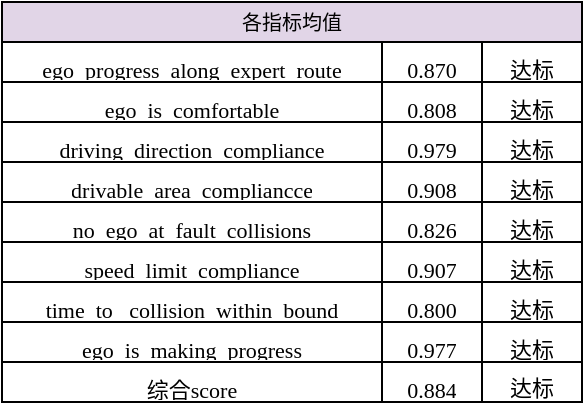
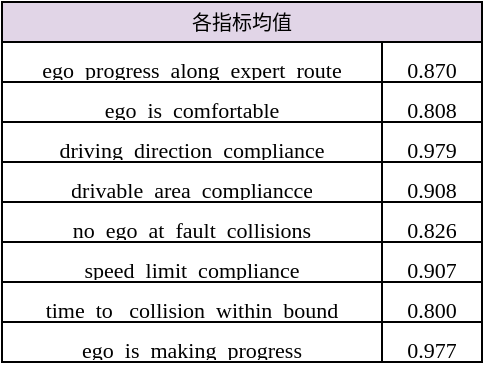
<mxfile host="app.diagrams.net">
  <diagram name="第 1 页" id="9fjqHz3W5J1p6H9Wbyf_">
    <mxGraphModel dx="638" dy="417" grid="1" gridSize="10" guides="1" tooltips="1" connect="1" arrows="1" fold="1" page="1" pageScale="1" pageWidth="827" pageHeight="1169" math="0" shadow="0">
      <root>
        <mxCell id="0" />
        <mxCell id="1" parent="0" />
        <mxCell id="QnQcN27EYtLMnA_Qjvxm-1" parent="1" style="shape=table;startSize=20;container=1;collapsible=0;childLayout=tableLayout;strokeColor=default;fontSize=10;fillColor=#E1D5E7;" value="各指标均值" vertex="1">
-           <mxGeometry height="200" width="290" x="340" y="160" as="geometry" />
+           <mxGeometry height="180" width="240" x="340" y="160" as="geometry" />
        </mxCell>
        <mxCell id="QnQcN27EYtLMnA_Qjvxm-2" parent="QnQcN27EYtLMnA_Qjvxm-1" style="shape=tableRow;horizontal=0;startSize=0;swimlaneHead=0;swimlaneBody=0;strokeColor=inherit;top=0;left=0;bottom=0;right=0;collapsible=0;dropTarget=0;fillColor=none;points=[[0,0.5],[1,0.5]];portConstraint=eastwest;fontSize=16;" value="" vertex="1">
-           <mxGeometry height="20" width="290" y="20" as="geometry" />
+           <mxGeometry height="20" width="240" y="20" as="geometry" />
        </mxCell>
        <mxCell id="QnQcN27EYtLMnA_Qjvxm-3" parent="QnQcN27EYtLMnA_Qjvxm-2" style="shape=partialRectangle;html=1;whiteSpace=wrap;connectable=0;strokeColor=inherit;overflow=hidden;fillColor=none;top=0;left=0;bottom=0;right=0;pointerEvents=1;fontSize=16;align=center;" value="&lt;span style=&quot;font-family: &amp;quot;Times New Roman&amp;quot;;&quot;&gt;&lt;font style=&quot;font-size: 11px;&quot;&gt;ego_progress_along_expert_route&lt;/font&gt;&lt;/span&gt;" vertex="1">
          <mxGeometry height="20" width="190" as="geometry">
            <mxRectangle height="20" width="190" as="alternateBounds" />
          </mxGeometry>
        </mxCell>
        <mxCell id="QnQcN27EYtLMnA_Qjvxm-4" parent="QnQcN27EYtLMnA_Qjvxm-2" style="shape=partialRectangle;html=1;whiteSpace=wrap;connectable=0;strokeColor=inherit;overflow=hidden;fillColor=none;top=0;left=0;bottom=0;right=0;pointerEvents=1;fontSize=16;" value="&lt;font face=&quot;Times New Roman&quot; style=&quot;font-size: 11px;&quot;&gt;0.870&lt;/font&gt;" vertex="1">
          <mxGeometry height="20" width="50" x="190" as="geometry">
            <mxRectangle height="20" width="50" as="alternateBounds" />
          </mxGeometry>
        </mxCell>
-         <mxCell id="QnQcN27EYtLMnA_Qjvxm-33" parent="QnQcN27EYtLMnA_Qjvxm-2" style="shape=partialRectangle;html=1;whiteSpace=wrap;connectable=0;strokeColor=inherit;overflow=hidden;fillColor=none;top=0;left=0;bottom=0;right=0;pointerEvents=1;fontSize=16;" value="&lt;font face=&quot;Times New Roman&quot; style=&quot;font-size: 11px;&quot;&gt;达标&lt;/font&gt;" vertex="1">
-           <mxGeometry height="20" width="50" x="240" as="geometry">
-             <mxRectangle height="20" width="50" as="alternateBounds" />
-           </mxGeometry>
-         </mxCell>
        <mxCell id="QnQcN27EYtLMnA_Qjvxm-5" parent="QnQcN27EYtLMnA_Qjvxm-1" style="shape=tableRow;horizontal=0;startSize=0;swimlaneHead=0;swimlaneBody=0;strokeColor=inherit;top=0;left=0;bottom=0;right=0;collapsible=0;dropTarget=0;fillColor=none;points=[[0,0.5],[1,0.5]];portConstraint=eastwest;fontSize=16;" value="" vertex="1">
-           <mxGeometry height="20" width="290" y="40" as="geometry" />
+           <mxGeometry height="20" width="240" y="40" as="geometry" />
        </mxCell>
        <mxCell id="QnQcN27EYtLMnA_Qjvxm-6" parent="QnQcN27EYtLMnA_Qjvxm-5" style="shape=partialRectangle;html=1;whiteSpace=wrap;connectable=0;strokeColor=inherit;overflow=hidden;fillColor=none;top=0;left=0;bottom=0;right=0;pointerEvents=1;fontSize=16;" value="&lt;span style=&quot;font-family: &amp;quot;Times New Roman&amp;quot;;&quot;&gt;&lt;font style=&quot;font-size: 11px;&quot;&gt;ego_is_comfortable&lt;/font&gt;&lt;/span&gt;" vertex="1">
          <mxGeometry height="20" width="190" as="geometry">
            <mxRectangle height="20" width="190" as="alternateBounds" />
          </mxGeometry>
        </mxCell>
        <mxCell id="QnQcN27EYtLMnA_Qjvxm-7" parent="QnQcN27EYtLMnA_Qjvxm-5" style="shape=partialRectangle;html=1;whiteSpace=wrap;connectable=0;strokeColor=inherit;overflow=hidden;fillColor=none;top=0;left=0;bottom=0;right=0;pointerEvents=1;fontSize=16;" value="&lt;font style=&quot;font-size: 11px;&quot; face=&quot;Times New Roman&quot;&gt;0.808&lt;/font&gt;" vertex="1">
          <mxGeometry height="20" width="50" x="190" as="geometry">
            <mxRectangle height="20" width="50" as="alternateBounds" />
          </mxGeometry>
        </mxCell>
-         <mxCell id="QnQcN27EYtLMnA_Qjvxm-34" parent="QnQcN27EYtLMnA_Qjvxm-5" style="shape=partialRectangle;html=1;whiteSpace=wrap;connectable=0;strokeColor=inherit;overflow=hidden;fillColor=none;top=0;left=0;bottom=0;right=0;pointerEvents=1;fontSize=16;" value="&lt;font face=&quot;Times New Roman&quot; style=&quot;font-size: 11px;&quot;&gt;达标&lt;/font&gt;" vertex="1">
-           <mxGeometry height="20" width="50" x="240" as="geometry">
-             <mxRectangle height="20" width="50" as="alternateBounds" />
-           </mxGeometry>
-         </mxCell>
        <mxCell id="QnQcN27EYtLMnA_Qjvxm-8" parent="QnQcN27EYtLMnA_Qjvxm-1" style="shape=tableRow;horizontal=0;startSize=0;swimlaneHead=0;swimlaneBody=0;strokeColor=inherit;top=0;left=0;bottom=0;right=0;collapsible=0;dropTarget=0;fillColor=none;points=[[0,0.5],[1,0.5]];portConstraint=eastwest;fontSize=16;" value="" vertex="1">
-           <mxGeometry height="20" width="290" y="60" as="geometry" />
+           <mxGeometry height="20" width="240" y="60" as="geometry" />
        </mxCell>
        <mxCell id="QnQcN27EYtLMnA_Qjvxm-9" parent="QnQcN27EYtLMnA_Qjvxm-8" style="shape=partialRectangle;html=1;whiteSpace=wrap;connectable=0;strokeColor=inherit;overflow=hidden;fillColor=none;top=0;left=0;bottom=0;right=0;pointerEvents=1;fontSize=16;" value="&lt;font face=&quot;Times New Roman&quot; style=&quot;font-size: 11px;&quot;&gt;driving_direction_compliance&lt;/font&gt;" vertex="1">
          <mxGeometry height="20" width="190" as="geometry">
            <mxRectangle height="20" width="190" as="alternateBounds" />
          </mxGeometry>
        </mxCell>
        <mxCell id="QnQcN27EYtLMnA_Qjvxm-10" parent="QnQcN27EYtLMnA_Qjvxm-8" style="shape=partialRectangle;html=1;whiteSpace=wrap;connectable=0;strokeColor=inherit;overflow=hidden;fillColor=none;top=0;left=0;bottom=0;right=0;pointerEvents=1;fontSize=16;" value="&lt;font style=&quot;font-size: 11px;&quot; face=&quot;Times New Roman&quot;&gt;0.979&lt;/font&gt;" vertex="1">
          <mxGeometry height="20" width="50" x="190" as="geometry">
            <mxRectangle height="20" width="50" as="alternateBounds" />
          </mxGeometry>
        </mxCell>
-         <mxCell id="QnQcN27EYtLMnA_Qjvxm-35" parent="QnQcN27EYtLMnA_Qjvxm-8" style="shape=partialRectangle;html=1;whiteSpace=wrap;connectable=0;strokeColor=inherit;overflow=hidden;fillColor=none;top=0;left=0;bottom=0;right=0;pointerEvents=1;fontSize=16;" value="&lt;font face=&quot;Times New Roman&quot; style=&quot;font-size: 11px;&quot;&gt;达标&lt;/font&gt;" vertex="1">
-           <mxGeometry height="20" width="50" x="240" as="geometry">
-             <mxRectangle height="20" width="50" as="alternateBounds" />
-           </mxGeometry>
-         </mxCell>
        <mxCell id="QnQcN27EYtLMnA_Qjvxm-20" parent="QnQcN27EYtLMnA_Qjvxm-1" style="shape=tableRow;horizontal=0;startSize=0;swimlaneHead=0;swimlaneBody=0;strokeColor=inherit;top=0;left=0;bottom=0;right=0;collapsible=0;dropTarget=0;fillColor=none;points=[[0,0.5],[1,0.5]];portConstraint=eastwest;fontSize=16;" vertex="1">
-           <mxGeometry height="20" width="290" y="80" as="geometry" />
+           <mxGeometry height="20" width="240" y="80" as="geometry" />
        </mxCell>
        <mxCell id="QnQcN27EYtLMnA_Qjvxm-21" parent="QnQcN27EYtLMnA_Qjvxm-20" style="shape=partialRectangle;html=1;whiteSpace=wrap;connectable=0;strokeColor=inherit;overflow=hidden;fillColor=none;top=0;left=0;bottom=0;right=0;pointerEvents=1;fontSize=16;" value="&lt;font style=&quot;font-size: 11px;&quot; face=&quot;Times New Roman&quot;&gt;drivable_area_compliancce&lt;/font&gt;" vertex="1">
          <mxGeometry height="20" width="190" as="geometry">
            <mxRectangle height="20" width="190" as="alternateBounds" />
          </mxGeometry>
        </mxCell>
        <mxCell id="QnQcN27EYtLMnA_Qjvxm-22" parent="QnQcN27EYtLMnA_Qjvxm-20" style="shape=partialRectangle;html=1;whiteSpace=wrap;connectable=0;strokeColor=inherit;overflow=hidden;fillColor=none;top=0;left=0;bottom=0;right=0;pointerEvents=1;fontSize=16;" value="&lt;font face=&quot;Times New Roman&quot; style=&quot;font-size: 11px;&quot;&gt;0.908&lt;/font&gt;" vertex="1">
          <mxGeometry height="20" width="50" x="190" as="geometry">
            <mxRectangle height="20" width="50" as="alternateBounds" />
          </mxGeometry>
        </mxCell>
-         <mxCell id="QnQcN27EYtLMnA_Qjvxm-36" parent="QnQcN27EYtLMnA_Qjvxm-20" style="shape=partialRectangle;html=1;whiteSpace=wrap;connectable=0;strokeColor=inherit;overflow=hidden;fillColor=none;top=0;left=0;bottom=0;right=0;pointerEvents=1;fontSize=16;" value="&lt;font face=&quot;Times New Roman&quot; style=&quot;font-size: 11px;&quot;&gt;达标&lt;/font&gt;" vertex="1">
-           <mxGeometry height="20" width="50" x="240" as="geometry">
-             <mxRectangle height="20" width="50" as="alternateBounds" />
-           </mxGeometry>
-         </mxCell>
        <mxCell id="QnQcN27EYtLMnA_Qjvxm-17" parent="QnQcN27EYtLMnA_Qjvxm-1" style="shape=tableRow;horizontal=0;startSize=0;swimlaneHead=0;swimlaneBody=0;strokeColor=inherit;top=0;left=0;bottom=0;right=0;collapsible=0;dropTarget=0;fillColor=none;points=[[0,0.5],[1,0.5]];portConstraint=eastwest;fontSize=16;" vertex="1">
-           <mxGeometry height="20" width="290" y="100" as="geometry" />
+           <mxGeometry height="20" width="240" y="100" as="geometry" />
        </mxCell>
        <mxCell id="QnQcN27EYtLMnA_Qjvxm-18" parent="QnQcN27EYtLMnA_Qjvxm-17" style="shape=partialRectangle;html=1;whiteSpace=wrap;connectable=0;strokeColor=inherit;overflow=hidden;fillColor=none;top=0;left=0;bottom=0;right=0;pointerEvents=1;fontSize=16;" value="&lt;font face=&quot;Times New Roman&quot; style=&quot;font-size: 11px;&quot;&gt;no_ego_at_fault_collisions&lt;/font&gt;" vertex="1">
          <mxGeometry height="20" width="190" as="geometry">
            <mxRectangle height="20" width="190" as="alternateBounds" />
          </mxGeometry>
        </mxCell>
        <mxCell id="QnQcN27EYtLMnA_Qjvxm-19" parent="QnQcN27EYtLMnA_Qjvxm-17" style="shape=partialRectangle;html=1;whiteSpace=wrap;connectable=0;strokeColor=inherit;overflow=hidden;fillColor=none;top=0;left=0;bottom=0;right=0;pointerEvents=1;fontSize=16;" value="&lt;font face=&quot;Times New Roman&quot; style=&quot;font-size: 11px;&quot;&gt;0.826&lt;/font&gt;" vertex="1">
          <mxGeometry height="20" width="50" x="190" as="geometry">
            <mxRectangle height="20" width="50" as="alternateBounds" />
          </mxGeometry>
        </mxCell>
-         <mxCell id="QnQcN27EYtLMnA_Qjvxm-37" parent="QnQcN27EYtLMnA_Qjvxm-17" style="shape=partialRectangle;html=1;whiteSpace=wrap;connectable=0;strokeColor=inherit;overflow=hidden;fillColor=none;top=0;left=0;bottom=0;right=0;pointerEvents=1;fontSize=16;" value="&lt;font style=&quot;font-size: 11px;&quot; face=&quot;Times New Roman&quot;&gt;达标&lt;/font&gt;" vertex="1">
-           <mxGeometry height="20" width="50" x="240" as="geometry">
-             <mxRectangle height="20" width="50" as="alternateBounds" />
-           </mxGeometry>
-         </mxCell>
        <mxCell id="QnQcN27EYtLMnA_Qjvxm-14" parent="QnQcN27EYtLMnA_Qjvxm-1" style="shape=tableRow;horizontal=0;startSize=0;swimlaneHead=0;swimlaneBody=0;strokeColor=inherit;top=0;left=0;bottom=0;right=0;collapsible=0;dropTarget=0;fillColor=none;points=[[0,0.5],[1,0.5]];portConstraint=eastwest;fontSize=16;" vertex="1">
-           <mxGeometry height="20" width="290" y="120" as="geometry" />
+           <mxGeometry height="20" width="240" y="120" as="geometry" />
        </mxCell>
        <mxCell id="QnQcN27EYtLMnA_Qjvxm-15" parent="QnQcN27EYtLMnA_Qjvxm-14" style="shape=partialRectangle;html=1;whiteSpace=wrap;connectable=0;strokeColor=inherit;overflow=hidden;fillColor=none;top=0;left=0;bottom=0;right=0;pointerEvents=1;fontSize=16;" value="&lt;font style=&quot;font-size: 11px;&quot; face=&quot;Times New Roman&quot;&gt;speed_limit_compliance&lt;/font&gt;" vertex="1">
          <mxGeometry height="20" width="190" as="geometry">
            <mxRectangle height="20" width="190" as="alternateBounds" />
          </mxGeometry>
        </mxCell>
        <mxCell id="QnQcN27EYtLMnA_Qjvxm-16" parent="QnQcN27EYtLMnA_Qjvxm-14" style="shape=partialRectangle;html=1;whiteSpace=wrap;connectable=0;strokeColor=inherit;overflow=hidden;fillColor=none;top=0;left=0;bottom=0;right=0;pointerEvents=1;fontSize=16;" value="&lt;font face=&quot;Times New Roman&quot; style=&quot;font-size: 11px;&quot;&gt;0.907&lt;/font&gt;" vertex="1">
          <mxGeometry height="20" width="50" x="190" as="geometry">
            <mxRectangle height="20" width="50" as="alternateBounds" />
          </mxGeometry>
        </mxCell>
-         <mxCell id="QnQcN27EYtLMnA_Qjvxm-38" parent="QnQcN27EYtLMnA_Qjvxm-14" style="shape=partialRectangle;html=1;whiteSpace=wrap;connectable=0;strokeColor=inherit;overflow=hidden;fillColor=none;top=0;left=0;bottom=0;right=0;pointerEvents=1;fontSize=16;" value="&lt;font face=&quot;Times New Roman&quot; style=&quot;font-size: 11px;&quot;&gt;达标&lt;/font&gt;" vertex="1">
-           <mxGeometry height="20" width="50" x="240" as="geometry">
-             <mxRectangle height="20" width="50" as="alternateBounds" />
-           </mxGeometry>
-         </mxCell>
        <mxCell id="QnQcN27EYtLMnA_Qjvxm-29" parent="QnQcN27EYtLMnA_Qjvxm-1" style="shape=tableRow;horizontal=0;startSize=0;swimlaneHead=0;swimlaneBody=0;strokeColor=inherit;top=0;left=0;bottom=0;right=0;collapsible=0;dropTarget=0;fillColor=none;points=[[0,0.5],[1,0.5]];portConstraint=eastwest;fontSize=16;" vertex="1">
-           <mxGeometry height="20" width="290" y="140" as="geometry" />
+           <mxGeometry height="20" width="240" y="140" as="geometry" />
        </mxCell>
        <mxCell id="QnQcN27EYtLMnA_Qjvxm-30" parent="QnQcN27EYtLMnA_Qjvxm-29" style="shape=partialRectangle;html=1;whiteSpace=wrap;connectable=0;strokeColor=inherit;overflow=hidden;fillColor=none;top=0;left=0;bottom=0;right=0;pointerEvents=1;fontSize=16;" value="&lt;font style=&quot;font-size: 11px;&quot; face=&quot;Times New Roman&quot;&gt;time_to _collision_within_bound&lt;/font&gt;" vertex="1">
          <mxGeometry height="20" width="190" as="geometry">
            <mxRectangle height="20" width="190" as="alternateBounds" />
          </mxGeometry>
        </mxCell>
        <mxCell id="QnQcN27EYtLMnA_Qjvxm-31" parent="QnQcN27EYtLMnA_Qjvxm-29" style="shape=partialRectangle;html=1;whiteSpace=wrap;connectable=0;strokeColor=inherit;overflow=hidden;fillColor=none;top=0;left=0;bottom=0;right=0;pointerEvents=1;fontSize=16;" value="&lt;font face=&quot;Times New Roman&quot; style=&quot;font-size: 11px;&quot;&gt;0.800&lt;/font&gt;" vertex="1">
          <mxGeometry height="20" width="50" x="190" as="geometry">
            <mxRectangle height="20" width="50" as="alternateBounds" />
          </mxGeometry>
        </mxCell>
-         <mxCell id="QnQcN27EYtLMnA_Qjvxm-39" parent="QnQcN27EYtLMnA_Qjvxm-29" style="shape=partialRectangle;html=1;whiteSpace=wrap;connectable=0;strokeColor=inherit;overflow=hidden;fillColor=none;top=0;left=0;bottom=0;right=0;pointerEvents=1;fontSize=16;" value="&lt;font face=&quot;Times New Roman&quot; style=&quot;font-size: 11px;&quot;&gt;达标&lt;/font&gt;" vertex="1">
-           <mxGeometry height="20" width="50" x="240" as="geometry">
-             <mxRectangle height="20" width="50" as="alternateBounds" />
-           </mxGeometry>
-         </mxCell>
        <mxCell id="QnQcN27EYtLMnA_Qjvxm-26" parent="QnQcN27EYtLMnA_Qjvxm-1" style="shape=tableRow;horizontal=0;startSize=0;swimlaneHead=0;swimlaneBody=0;strokeColor=inherit;top=0;left=0;bottom=0;right=0;collapsible=0;dropTarget=0;fillColor=none;points=[[0,0.5],[1,0.5]];portConstraint=eastwest;fontSize=16;" vertex="1">
-           <mxGeometry height="20" width="290" y="160" as="geometry" />
+           <mxGeometry height="20" width="240" y="160" as="geometry" />
        </mxCell>
        <mxCell id="QnQcN27EYtLMnA_Qjvxm-27" parent="QnQcN27EYtLMnA_Qjvxm-26" style="shape=partialRectangle;html=1;whiteSpace=wrap;connectable=0;strokeColor=inherit;overflow=hidden;fillColor=none;top=0;left=0;bottom=0;right=0;pointerEvents=1;fontSize=16;" value="&lt;font style=&quot;font-size: 11px;&quot; face=&quot;Times New Roman&quot;&gt;ego_is_making_progress&lt;/font&gt;" vertex="1">
          <mxGeometry height="20" width="190" as="geometry">
            <mxRectangle height="20" width="190" as="alternateBounds" />
          </mxGeometry>
        </mxCell>
        <mxCell id="QnQcN27EYtLMnA_Qjvxm-28" parent="QnQcN27EYtLMnA_Qjvxm-26" style="shape=partialRectangle;html=1;whiteSpace=wrap;connectable=0;strokeColor=inherit;overflow=hidden;fillColor=none;top=0;left=0;bottom=0;right=0;pointerEvents=1;fontSize=16;" value="&lt;font face=&quot;Times New Roman&quot; style=&quot;font-size: 11px;&quot;&gt;0.977&lt;/font&gt;" vertex="1">
          <mxGeometry height="20" width="50" x="190" as="geometry">
            <mxRectangle height="20" width="50" as="alternateBounds" />
          </mxGeometry>
        </mxCell>
-         <mxCell id="QnQcN27EYtLMnA_Qjvxm-40" parent="QnQcN27EYtLMnA_Qjvxm-26" style="shape=partialRectangle;html=1;whiteSpace=wrap;connectable=0;strokeColor=inherit;overflow=hidden;fillColor=none;top=0;left=0;bottom=0;right=0;pointerEvents=1;fontSize=16;" value="&lt;font face=&quot;Times New Roman&quot; style=&quot;font-size: 11px;&quot;&gt;达标&lt;/font&gt;" vertex="1">
-           <mxGeometry height="20" width="50" x="240" as="geometry">
-             <mxRectangle height="20" width="50" as="alternateBounds" />
-           </mxGeometry>
-         </mxCell>
-         <mxCell id="QnQcN27EYtLMnA_Qjvxm-23" parent="QnQcN27EYtLMnA_Qjvxm-1" style="shape=tableRow;horizontal=0;startSize=0;swimlaneHead=0;swimlaneBody=0;strokeColor=inherit;top=0;left=0;bottom=0;right=0;collapsible=0;dropTarget=0;fillColor=none;points=[[0,0.5],[1,0.5]];portConstraint=eastwest;fontSize=16;" vertex="1">
-           <mxGeometry height="20" width="290" y="180" as="geometry" />
-         </mxCell>
-         <mxCell id="QnQcN27EYtLMnA_Qjvxm-24" parent="QnQcN27EYtLMnA_Qjvxm-23" style="shape=partialRectangle;html=1;whiteSpace=wrap;connectable=0;strokeColor=inherit;overflow=hidden;fillColor=none;top=0;left=0;bottom=0;right=0;pointerEvents=1;fontSize=16;" value="&lt;font style=&quot;font-size: 11px;&quot; face=&quot;Times New Roman&quot;&gt;综合score&lt;/font&gt;" vertex="1">
-           <mxGeometry height="20" width="190" as="geometry">
-             <mxRectangle height="20" width="190" as="alternateBounds" />
-           </mxGeometry>
-         </mxCell>
-         <mxCell id="QnQcN27EYtLMnA_Qjvxm-25" parent="QnQcN27EYtLMnA_Qjvxm-23" style="shape=partialRectangle;html=1;whiteSpace=wrap;connectable=0;strokeColor=inherit;overflow=hidden;fillColor=none;top=0;left=0;bottom=0;right=0;pointerEvents=1;fontSize=16;" value="&lt;font face=&quot;Times New Roman&quot; style=&quot;font-size: 11px;&quot;&gt;0.884&lt;/font&gt;" vertex="1">
-           <mxGeometry height="20" width="50" x="190" as="geometry">
-             <mxRectangle height="20" width="50" as="alternateBounds" />
-           </mxGeometry>
-         </mxCell>
-         <mxCell id="QnQcN27EYtLMnA_Qjvxm-41" parent="QnQcN27EYtLMnA_Qjvxm-23" style="shape=partialRectangle;html=1;whiteSpace=wrap;connectable=0;strokeColor=inherit;overflow=hidden;fillColor=none;top=0;left=0;bottom=0;right=0;pointerEvents=1;fontSize=15;" value="&lt;font style=&quot;font-size: 11px;&quot; face=&quot;Times New Roman&quot;&gt;达标&lt;/font&gt;" vertex="1">
-           <mxGeometry height="20" width="50" x="240" as="geometry">
-             <mxRectangle height="20" width="50" as="alternateBounds" />
-           </mxGeometry>
-         </mxCell>
      </root>
    </mxGraphModel>
  </diagram>
</mxfile>
